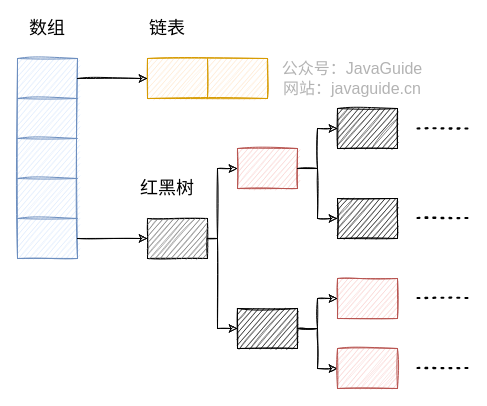
This is docs/java/collection/images/jdk1.8_hashmap.drawio from Snailclimb/JavaGuide, a draw.io file, before an edit. Source tidied: cells renumbered, new cells numbered last; positions are measured from the earlier drawing's top-left corner, leaving out a move shared by most shapes. Both pictures are drawn from the tidied source at 100%, with x=0, y=0 at pixel (17, 18).
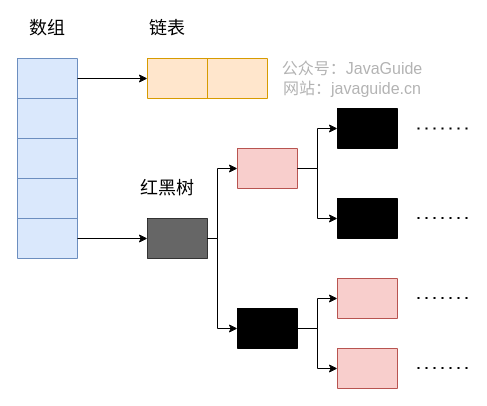
After the change.

Change to the diagram source:
```diff
@@
-    <mxCell id="2" style="shape=table;html=1;whiteSpace=wrap;startSize=0;childLayout=tableLayout;sketch=1;fillColor=#dae8fc;strokeColor=#6c8ebf;rounded=1;" parent="1" vertex="1">
+    <mxCell id="2" style="shape=table;html=1;whiteSpace=wrap;startSize=0;childLayout=tableLayout;sketch=0;fillColor=#dae8fc;strokeColor=#6c8ebf;rounded=1;" parent="1" vertex="1">
       <mxGeometry y="40" width="60" height="200" as="geometry" />
     </mxCell>
-    <mxCell id="3" style="shape=partialRectangle;html=1;whiteSpace=wrap;fillColor=none;top=0;left=0;bottom=0;right=0;points=[[0,0.5],[1,0.5]];portConstraint=eastwest;sketch=1;" parent="2" vertex="1">
+    <mxCell id="3" style="shape=partialRectangle;html=1;whiteSpace=wrap;fillColor=none;top=0;left=0;bottom=0;right=0;points=[[0,0.5],[1,0.5]];portConstraint=eastwest;sketch=0;" parent="2" vertex="1">
       <mxGeometry width="60" height="40" as="geometry" />
     </mxCell>
-    <mxCell id="4" style="shape=partialRectangle;html=1;whiteSpace=wrap;overflow=hidden;fillColor=none;top=0;left=0;bottom=0;right=0;sketch=1;" parent="3" vertex="1">
+    <mxCell id="4" style="shape=partialRectangle;html=1;whiteSpace=wrap;overflow=hidden;fillColor=none;top=0;left=0;bottom=0;right=0;sketch=0;" parent="3" vertex="1">
       <mxGeometry width="60" height="40" as="geometry" />
     </mxCell>
-    <mxCell id="5" style="shape=partialRectangle;html=1;whiteSpace=wrap;fillColor=none;top=0;left=0;bottom=0;right=0;sketch=1;" parent="2" vertex="1">
+    <mxCell id="5" style="shape=partialRectangle;html=1;whiteSpace=wrap;fillColor=none;top=0;left=0;bottom=0;right=0;sketch=0;" parent="2" vertex="1">
       <mxGeometry y="40" width="60" height="40" as="geometry" />
     </mxCell>
-    <mxCell id="6" style="shape=partialRectangle;html=1;whiteSpace=wrap;overflow=hidden;fillColor=none;top=0;left=0;bottom=0;right=0;sketch=1;" parent="5" vertex="1">
+    <mxCell id="6" style="shape=partialRectangle;html=1;whiteSpace=wrap;overflow=hidden;fillColor=none;top=0;left=0;bottom=0;right=0;sketch=0;" parent="5" vertex="1">
       <mxGeometry width="60" height="40" as="geometry" />
     </mxCell>
-    <mxCell id="7" style="shape=partialRectangle;html=1;whiteSpace=wrap;fillColor=none;top=0;left=0;bottom=0;right=0;sketch=1;" parent="2" vertex="1">
+    <mxCell id="7" style="shape=partialRectangle;html=1;whiteSpace=wrap;fillColor=none;top=0;left=0;bottom=0;right=0;sketch=0;" parent="2" vertex="1">
       <mxGeometry y="80" width="60" height="40" as="geometry" />
     </mxCell>
-    <mxCell id="8" style="shape=partialRectangle;html=1;whiteSpace=wrap;overflow=hidden;fillColor=none;top=0;left=0;bottom=0;right=0;sketch=1;" parent="7" vertex="1">
+    <mxCell id="8" style="shape=partialRectangle;html=1;whiteSpace=wrap;overflow=hidden;fillColor=none;top=0;left=0;bottom=0;right=0;sketch=0;" parent="7" vertex="1">
       <mxGeometry width="60" height="40" as="geometry" />
     </mxCell>
-    <mxCell id="9" style="shape=partialRectangle;html=1;whiteSpace=wrap;fillColor=none;top=0;left=0;bottom=0;right=0;sketch=1;" parent="2" vertex="1">
+    <mxCell id="9" style="shape=partialRectangle;html=1;whiteSpace=wrap;fillColor=none;top=0;left=0;bottom=0;right=0;sketch=0;" parent="2" vertex="1">
       <mxGeometry y="120" width="60" height="40" as="geometry" />
     </mxCell>
-    <mxCell id="10" style="shape=partialRectangle;html=1;whiteSpace=wrap;overflow=hidden;fillColor=none;top=0;left=0;bottom=0;right=0;sketch=1;" parent="9" vertex="1">
+    <mxCell id="10" style="shape=partialRectangle;html=1;whiteSpace=wrap;overflow=hidden;fillColor=none;top=0;left=0;bottom=0;right=0;sketch=0;" parent="9" vertex="1">
       <mxGeometry width="60" height="40" as="geometry" />
     </mxCell>
-    <mxCell id="11" style="shape=partialRectangle;html=1;whiteSpace=wrap;fillColor=none;top=0;left=0;bottom=0;right=0;points=[[0,0.5],[1,0.5]];portConstraint=eastwest;sketch=1;" parent="2" vertex="1">
+    <mxCell id="11" style="shape=partialRectangle;html=1;whiteSpace=wrap;fillColor=none;top=0;left=0;bottom=0;right=0;points=[[0,0.5],[1,0.5]];portConstraint=eastwest;sketch=0;" parent="2" vertex="1">
       <mxGeometry y="160" width="60" height="40" as="geometry" />
     </mxCell>
-    <mxCell id="12" style="shape=partialRectangle;html=1;whiteSpace=wrap;overflow=hidden;fillColor=none;top=0;left=0;bottom=0;right=0;sketch=1;" parent="11" vertex="1">
+    <mxCell id="12" style="shape=partialRectangle;html=1;whiteSpace=wrap;overflow=hidden;fillColor=none;top=0;left=0;bottom=0;right=0;sketch=0;" parent="11" vertex="1">
       <mxGeometry width="60" height="40" as="geometry" />
     </mxCell>
-    <mxCell id="13" value="&lt;font style=&quot;font-size: 18px&quot;&gt;数组&lt;/font&gt;" style="text;html=1;strokeColor=none;fillColor=none;align=center;verticalAlign=middle;whiteSpace=wrap;rounded=0;sketch=1;" parent="1" vertex="1">
+    <mxCell id="13" value="&lt;font style=&quot;font-size: 18px&quot;&gt;数组&lt;/font&gt;" style="text;html=1;strokeColor=none;fillColor=none;align=center;verticalAlign=middle;whiteSpace=wrap;rounded=0;sketch=0;" parent="1" vertex="1">
       <mxGeometry x="10" width="40" height="20" as="geometry" />
     </mxCell>
-    <mxCell id="14" style="shape=table;html=1;whiteSpace=wrap;startSize=0;childLayout=tableLayout;rounded=1;strokeColor=#d79b00;fillColor=#ffe6cc;sketch=1;" parent="1" vertex="1">
+    <mxCell id="14" style="shape=table;html=1;whiteSpace=wrap;startSize=0;childLayout=tableLayout;rounded=1;strokeColor=#d79b00;fillColor=#ffe6cc;sketch=0;" parent="1" vertex="1">
       <mxGeometry x="130" y="40" width="120" height="40" as="geometry" />
     </mxCell>
-    <mxCell id="15" style="shape=partialRectangle;html=1;whiteSpace=wrap;fillColor=none;top=0;left=0;bottom=0;right=0;points=[[0,0.5],[1,0.5]];portConstraint=eastwest;sketch=1;" parent="14" vertex="1">
+    <mxCell id="15" style="shape=partialRectangle;html=1;whiteSpace=wrap;fillColor=none;top=0;left=0;bottom=0;right=0;points=[[0,0.5],[1,0.5]];portConstraint=eastwest;sketch=0;" parent="14" vertex="1">
       <mxGeometry width="120" height="40" as="geometry" />
     </mxCell>
-    <mxCell id="16" style="shape=partialRectangle;html=1;whiteSpace=wrap;overflow=hidden;fillColor=none;top=0;left=0;bottom=0;right=0;sketch=1;" parent="15" vertex="1">
+    <mxCell id="16" style="shape=partialRectangle;html=1;whiteSpace=wrap;overflow=hidden;fillColor=none;top=0;left=0;bottom=0;right=0;sketch=0;" parent="15" vertex="1">
       <mxGeometry width="60" height="40" as="geometry" />
     </mxCell>
-    <mxCell id="17" style="shape=partialRectangle;html=1;whiteSpace=wrap;overflow=hidden;fillColor=none;top=0;left=0;bottom=0;right=0;sketch=1;" parent="15" vertex="1">
+    <mxCell id="17" style="shape=partialRectangle;html=1;whiteSpace=wrap;overflow=hidden;fillColor=none;top=0;left=0;bottom=0;right=0;sketch=0;" parent="15" vertex="1">
       <mxGeometry x="60" width="60" height="40" as="geometry" />
     </mxCell>
-    <mxCell id="18" style="edgeStyle=orthogonalEdgeStyle;rounded=0;jettySize=auto;html=1;entryX=0;entryY=0.5;entryDx=0;entryDy=0;sketch=1;" parent="1" edge="1" source="3" target="15">
+    <mxCell id="18" style="edgeStyle=orthogonalEdgeStyle;rounded=0;jettySize=auto;html=1;entryX=0;entryY=0.5;entryDx=0;entryDy=0;sketch=0;" parent="1" edge="1" source="3" target="15">
       <mxGeometry relative="1" as="geometry" />
     </mxCell>
-    <mxCell id="19" style="shape=table;html=1;whiteSpace=wrap;startSize=0;childLayout=tableLayout;rounded=1;fillColor=#f5f5f5;sketch=1;fontColor=#333333;" parent="1" vertex="1">
+    <mxCell id="19" style="shape=table;html=1;whiteSpace=wrap;startSize=0;childLayout=tableLayout;rounded=1;fillColor=#f5f5f5;sketch=0;fontColor=#333333;" parent="1" vertex="1">
       <mxGeometry x="130" y="200" width="60" height="40" as="geometry" />
     </mxCell>
-    <mxCell id="20" style="shape=partialRectangle;html=1;whiteSpace=wrap;fillColor=none;top=0;left=0;bottom=0;right=0;points=[[0,0.5],[1,0.5]];portConstraint=eastwest;sketch=1;" parent="19" vertex="1">
+    <mxCell id="20" style="shape=partialRectangle;html=1;whiteSpace=wrap;fillColor=none;top=0;left=0;bottom=0;right=0;points=[[0,0.5],[1,0.5]];portConstraint=eastwest;sketch=0;" parent="19" vertex="1">
       <mxGeometry width="60" height="40" as="geometry" />
     </mxCell>
-    <mxCell id="21" style="shape=partialRectangle;html=1;whiteSpace=wrap;overflow=hidden;top=0;left=0;bottom=0;right=0;sketch=1;fillColor=#666666;" parent="20" vertex="1">
+    <mxCell id="21" style="shape=partialRectangle;html=1;whiteSpace=wrap;overflow=hidden;top=0;left=0;bottom=0;right=0;sketch=0;fillColor=#666666;" parent="20" vertex="1">
       <mxGeometry width="60" height="40" as="geometry" />
     </mxCell>
-    <mxCell id="22" style="edgeStyle=orthogonalEdgeStyle;rounded=0;jettySize=auto;html=1;sketch=1;" parent="1" edge="1" source="11" target="19">
+    <mxCell id="22" style="edgeStyle=orthogonalEdgeStyle;rounded=0;jettySize=auto;html=1;sketch=0;" parent="1" edge="1" source="11" target="19">
       <mxGeometry relative="1" as="geometry" />
     </mxCell>
-    <mxCell id="23" value="&lt;font style=&quot;font-size: 18px&quot;&gt;链表&lt;/font&gt;" style="text;html=1;strokeColor=none;fillColor=none;align=center;verticalAlign=middle;whiteSpace=wrap;rounded=0;sketch=1;" parent="1" vertex="1">
+    <mxCell id="23" value="&lt;font style=&quot;font-size: 18px&quot;&gt;链表&lt;/font&gt;" style="text;html=1;strokeColor=none;fillColor=none;align=center;verticalAlign=middle;whiteSpace=wrap;rounded=0;sketch=0;" parent="1" vertex="1">
       <mxGeometry x="130" width="40" height="20" as="geometry" />
     </mxCell>
-    <mxCell id="24" value="公众号：JavaGuide&lt;br style=&quot;font-size: 16px;&quot;&gt;网站：javaguide.cn" style="text;html=1;strokeColor=none;fillColor=none;align=center;verticalAlign=middle;whiteSpace=wrap;rounded=0;labelBackgroundColor=none;fontSize=16;fontColor=#B3B3B3;rotation=0;sketch=1;shadow=0;" parent="1" vertex="1">
+    <mxCell id="24" value="公众号：JavaGuide&lt;br style=&quot;font-size: 16px;&quot;&gt;网站：javaguide.cn" style="text;html=1;strokeColor=none;fillColor=none;align=center;verticalAlign=middle;whiteSpace=wrap;rounded=0;labelBackgroundColor=none;fontSize=16;fontColor=#B3B3B3;rotation=0;sketch=0;shadow=0;" parent="1" vertex="1">
       <mxGeometry x="250" y="55" width="170" height="10" as="geometry" />
     </mxCell>
-    <mxCell id="25" style="shape=table;html=1;whiteSpace=wrap;startSize=0;childLayout=tableLayout;rounded=1;sketch=1;fillColor=#000000;" parent="1" vertex="1">
+    <mxCell id="25" style="shape=table;html=1;whiteSpace=wrap;startSize=0;childLayout=tableLayout;rounded=1;sketch=0;fillColor=#000000;" parent="1" vertex="1">
       <mxGeometry x="320" y="180" width="60" height="40" as="geometry" />
     </mxCell>
-    <mxCell id="26" style="shape=partialRectangle;html=1;whiteSpace=wrap;fillColor=none;top=0;left=0;bottom=0;right=0;points=[[0,0.5],[1,0.5]];portConstraint=eastwest;sketch=1;" parent="25" vertex="1">
+    <mxCell id="26" style="shape=partialRectangle;html=1;whiteSpace=wrap;fillColor=none;top=0;left=0;bottom=0;right=0;points=[[0,0.5],[1,0.5]];portConstraint=eastwest;sketch=0;" parent="25" vertex="1">
       <mxGeometry width="60" height="40" as="geometry" />
     </mxCell>
-    <mxCell id="27" style="shape=partialRectangle;html=1;whiteSpace=wrap;overflow=hidden;fillColor=none;top=0;left=0;bottom=0;right=0;sketch=1;" parent="26" vertex="1">
+    <mxCell id="27" style="shape=partialRectangle;html=1;whiteSpace=wrap;overflow=hidden;fillColor=none;top=0;left=0;bottom=0;right=0;sketch=0;" parent="26" vertex="1">
       <mxGeometry width="60" height="40" as="geometry" />
     </mxCell>
-    <mxCell id="28" style="shape=table;html=1;whiteSpace=wrap;startSize=0;childLayout=tableLayout;rounded=1;strokeColor=#b85450;fillColor=#f8cecc;sketch=1;" parent="1" vertex="1">
+    <mxCell id="28" style="shape=table;html=1;whiteSpace=wrap;startSize=0;childLayout=tableLayout;rounded=1;strokeColor=#b85450;fillColor=#f8cecc;sketch=0;" parent="1" vertex="1">
       <mxGeometry x="320" y="260" width="60" height="40" as="geometry" />
     </mxCell>
-    <mxCell id="29" style="shape=partialRectangle;html=1;whiteSpace=wrap;fillColor=none;top=0;left=0;bottom=0;right=0;points=[[0,0.5],[1,0.5]];portConstraint=eastwest;sketch=1;" parent="28" vertex="1">
+    <mxCell id="29" style="shape=partialRectangle;html=1;whiteSpace=wrap;fillColor=none;top=0;left=0;bottom=0;right=0;points=[[0,0.5],[1,0.5]];portConstraint=eastwest;sketch=0;" parent="28" vertex="1">
       <mxGeometry width="60" height="40" as="geometry" />
     </mxCell>
-    <mxCell id="30" style="shape=partialRectangle;html=1;whiteSpace=wrap;overflow=hidden;fillColor=none;top=0;left=0;bottom=0;right=0;sketch=1;" parent="29" vertex="1">
+    <mxCell id="30" style="shape=partialRectangle;html=1;whiteSpace=wrap;overflow=hidden;fillColor=none;top=0;left=0;bottom=0;right=0;sketch=0;" parent="29" vertex="1">
       <mxGeometry width="60" height="40" as="geometry" />
     </mxCell>
-    <mxCell id="31" style="shape=table;html=1;whiteSpace=wrap;startSize=0;childLayout=tableLayout;rounded=1;sketch=1;fillColor=#000000;" parent="1" vertex="1">
+    <mxCell id="31" style="shape=table;html=1;whiteSpace=wrap;startSize=0;childLayout=tableLayout;rounded=1;sketch=0;fillColor=#000000;" parent="1" vertex="1">
       <mxGeometry x="220" y="290" width="60" height="40" as="geometry" />
     </mxCell>
-    <mxCell id="32" style="shape=partialRectangle;html=1;whiteSpace=wrap;fillColor=none;top=0;left=0;bottom=0;right=0;points=[[0,0.5],[1,0.5]];portConstraint=eastwest;sketch=1;" parent="31" vertex="1">
+    <mxCell id="32" style="shape=partialRectangle;html=1;whiteSpace=wrap;fillColor=none;top=0;left=0;bottom=0;right=0;points=[[0,0.5],[1,0.5]];portConstraint=eastwest;sketch=0;" parent="31" vertex="1">
       <mxGeometry width="60" height="40" as="geometry" />
     </mxCell>
-    <mxCell id="33" style="shape=partialRectangle;html=1;whiteSpace=wrap;overflow=hidden;fillColor=none;top=0;left=0;bottom=0;right=0;sketch=1;" parent="32" vertex="1">
+    <mxCell id="33" style="shape=partialRectangle;html=1;whiteSpace=wrap;overflow=hidden;fillColor=none;top=0;left=0;bottom=0;right=0;sketch=0;" parent="32" vertex="1">
       <mxGeometry width="60" height="40" as="geometry" />
     </mxCell>
-    <mxCell id="34" style="shape=table;html=1;whiteSpace=wrap;startSize=0;childLayout=tableLayout;rounded=1;strokeColor=#000000;sketch=1;fontColor=#333333;fillColor=#000000;" parent="1" vertex="1">
+    <mxCell id="34" style="shape=table;html=1;whiteSpace=wrap;startSize=0;childLayout=tableLayout;rounded=1;strokeColor=#000000;sketch=0;fontColor=#333333;fillColor=#000000;" parent="1" vertex="1">
       <mxGeometry x="320" y="90" width="60" height="40" as="geometry" />
     </mxCell>
-    <mxCell id="35" style="shape=partialRectangle;html=1;whiteSpace=wrap;fillColor=none;top=0;left=0;bottom=0;right=0;points=[[0,0.5],[1,0.5]];portConstraint=eastwest;sketch=1;" parent="34" vertex="1">
+    <mxCell id="35" style="shape=partialRectangle;html=1;whiteSpace=wrap;fillColor=none;top=0;left=0;bottom=0;right=0;points=[[0,0.5],[1,0.5]];portConstraint=eastwest;sketch=0;" parent="34" vertex="1">
       <mxGeometry width="60" height="40" as="geometry" />
     </mxCell>
-    <mxCell id="36" style="shape=partialRectangle;html=1;whiteSpace=wrap;overflow=hidden;fillColor=none;top=0;left=0;bottom=0;right=0;sketch=1;" parent="35" vertex="1">
+    <mxCell id="36" style="shape=partialRectangle;html=1;whiteSpace=wrap;overflow=hidden;fillColor=none;top=0;left=0;bottom=0;right=0;sketch=0;" parent="35" vertex="1">
       <mxGeometry width="60" height="40" as="geometry" />
     </mxCell>
-    <mxCell id="37" style="endArrow=none;dashed=1;html=1;dashPattern=1 3;strokeWidth=2;sketch=1;" parent="1" edge="1">
+    <mxCell id="37" style="endArrow=none;dashed=1;html=1;dashPattern=1 3;strokeWidth=2;sketch=0;" parent="1" edge="1">
       <mxGeometry relative="1" as="geometry">
         <mxPoint x="400" y="110" as="sourcePoint" />
         <mxPoint x="450" y="110" as="targetPoint" />
       </mxGeometry>
     </mxCell>
-    <mxCell id="38" style="endArrow=none;dashed=1;html=1;dashPattern=1 3;strokeWidth=2;sketch=1;" parent="1" edge="1">
+    <mxCell id="38" style="endArrow=none;dashed=1;html=1;dashPattern=1 3;strokeWidth=2;sketch=0;" parent="1" edge="1">
       <mxGeometry relative="1" as="geometry">
         <mxPoint x="400" y="199.5" as="sourcePoint" />
         <mxPoint x="450" y="199.5" as="targetPoint" />
       </mxGeometry>
     </mxCell>
-    <mxCell id="39" style="endArrow=none;dashed=1;html=1;dashPattern=1 3;strokeWidth=2;sketch=1;" parent="1" edge="1">
+    <mxCell id="39" style="endArrow=none;dashed=1;html=1;dashPattern=1 3;strokeWidth=2;sketch=0;" parent="1" edge="1">
       <mxGeometry relative="1" as="geometry">
         <mxPoint x="400" y="279.5" as="sourcePoint" />
         <mxPoint x="450" y="279.5" as="targetPoint" />
       </mxGeometry>
     </mxCell>
-    <mxCell id="40" style="endArrow=none;dashed=1;html=1;dashPattern=1 3;strokeWidth=2;sketch=1;" parent="1" edge="1">
+    <mxCell id="40" style="endArrow=none;dashed=1;html=1;dashPattern=1 3;strokeWidth=2;sketch=0;" parent="1" edge="1">
       <mxGeometry relative="1" as="geometry">
         <mxPoint x="400" y="349.5" as="sourcePoint" />
         <mxPoint x="450" y="349.5" as="targetPoint" />
       </mxGeometry>
     </mxCell>
-    <mxCell id="41" style="edgeStyle=orthogonalEdgeStyle;rounded=0;jettySize=auto;html=1;entryX=0;entryY=0.5;entryDx=0;entryDy=0;sketch=1;" parent="1" edge="1" source="20" target="44">
+    <mxCell id="41" style="edgeStyle=orthogonalEdgeStyle;rounded=0;jettySize=auto;html=1;entryX=0;entryY=0.5;entryDx=0;entryDy=0;sketch=0;" parent="1" edge="1" source="20" target="44">
       <mxGeometry relative="1" as="geometry">
         <Array as="points">
           <mxPoint x="200" y="220" />
           <mxPoint x="200" y="150" />
         </Array>
       </mxGeometry>
     </mxCell>
-    <mxCell id="42" style="edgeStyle=orthogonalEdgeStyle;rounded=0;jettySize=auto;html=1;entryX=0;entryY=0.5;entryDx=0;entryDy=0;sketch=1;" parent="1" edge="1" source="20" target="31">
+    <mxCell id="42" style="edgeStyle=orthogonalEdgeStyle;rounded=0;jettySize=auto;html=1;entryX=0;entryY=0.5;entryDx=0;entryDy=0;sketch=0;" parent="1" edge="1" source="20" target="31">
       <mxGeometry relative="1" as="geometry">
         <Array as="points">
           <mxPoint x="200" y="220" />
           <mxPoint x="200" y="310" />
         </Array>
       </mxGeometry>
     </mxCell>
-    <mxCell id="43" style="shape=table;html=1;whiteSpace=wrap;startSize=0;childLayout=tableLayout;rounded=1;strokeColor=#b85450;fillColor=#f8cecc;sketch=1;" parent="1" vertex="1">
+    <mxCell id="43" style="shape=table;html=1;whiteSpace=wrap;startSize=0;childLayout=tableLayout;rounded=1;strokeColor=#b85450;fillColor=#f8cecc;sketch=0;" parent="1" vertex="1">
       <mxGeometry x="220" y="130" width="60" height="40" as="geometry" />
     </mxCell>
-    <mxCell id="44" style="shape=partialRectangle;html=1;whiteSpace=wrap;fillColor=none;top=0;left=0;bottom=0;right=0;points=[[0,0.5],[1,0.5]];portConstraint=eastwest;sketch=1;" parent="43" vertex="1">
+    <mxCell id="44" style="shape=partialRectangle;html=1;whiteSpace=wrap;fillColor=none;top=0;left=0;bottom=0;right=0;points=[[0,0.5],[1,0.5]];portConstraint=eastwest;sketch=0;" parent="43" vertex="1">
       <mxGeometry width="60" height="40" as="geometry" />
     </mxCell>
-    <mxCell id="45" style="shape=partialRectangle;html=1;whiteSpace=wrap;overflow=hidden;fillColor=none;top=0;left=0;bottom=0;right=0;sketch=1;" parent="44" vertex="1">
+    <mxCell id="45" style="shape=partialRectangle;html=1;whiteSpace=wrap;overflow=hidden;fillColor=none;top=0;left=0;bottom=0;right=0;sketch=0;" parent="44" vertex="1">
       <mxGeometry width="60" height="40" as="geometry" />
     </mxCell>
-    <mxCell id="46" style="edgeStyle=orthogonalEdgeStyle;rounded=0;jettySize=auto;html=1;entryX=0;entryY=0.5;entryDx=0;entryDy=0;sketch=1;" parent="1" edge="1" source="44" target="35">
+    <mxCell id="46" style="edgeStyle=orthogonalEdgeStyle;rounded=0;jettySize=auto;html=1;entryX=0;entryY=0.5;entryDx=0;entryDy=0;sketch=0;" parent="1" edge="1" source="44" target="35">
       <mxGeometry relative="1" as="geometry" />
     </mxCell>
-    <mxCell id="47" style="edgeStyle=orthogonalEdgeStyle;rounded=0;jettySize=auto;html=1;sketch=1;" parent="1" edge="1" source="44" target="26">
+    <mxCell id="47" style="edgeStyle=orthogonalEdgeStyle;rounded=0;jettySize=auto;html=1;sketch=0;" parent="1" edge="1" source="44" target="26">
       <mxGeometry relative="1" as="geometry" />
     </mxCell>
-    <mxCell id="48" style="edgeStyle=orthogonalEdgeStyle;rounded=0;jettySize=auto;html=1;entryX=0;entryY=0.5;entryDx=0;entryDy=0;sketch=1;" parent="1" edge="1" source="32" target="29">
+    <mxCell id="48" style="edgeStyle=orthogonalEdgeStyle;rounded=0;jettySize=auto;html=1;entryX=0;entryY=0.5;entryDx=0;entryDy=0;sketch=0;" parent="1" edge="1" source="32" target="29">
       <mxGeometry relative="1" as="geometry">
         <Array as="points">
           <mxPoint x="300" y="310" />
           <mxPoint x="300" y="280" />
         </Array>
       </mxGeometry>
     </mxCell>
-    <mxCell id="49" style="edgeStyle=orthogonalEdgeStyle;rounded=0;jettySize=auto;html=1;sketch=1;" parent="1" edge="1" source="32" target="51">
+    <mxCell id="49" style="edgeStyle=orthogonalEdgeStyle;rounded=0;jettySize=auto;html=1;sketch=0;" parent="1" edge="1" source="32" target="51">
       <mxGeometry relative="1" as="geometry" />
     </mxCell>
-    <mxCell id="50" style="shape=table;html=1;whiteSpace=wrap;startSize=0;childLayout=tableLayout;rounded=1;strokeColor=#b85450;fillColor=#f8cecc;sketch=1;" parent="1" vertex="1">
+    <mxCell id="50" style="shape=table;html=1;whiteSpace=wrap;startSize=0;childLayout=tableLayout;rounded=1;strokeColor=#b85450;fillColor=#f8cecc;sketch=0;" parent="1" vertex="1">
       <mxGeometry x="320" y="330" width="60" height="40" as="geometry" />
     </mxCell>
-    <mxCell id="51" style="shape=partialRectangle;html=1;whiteSpace=wrap;fillColor=none;top=0;left=0;bottom=0;right=0;points=[[0,0.5],[1,0.5]];portConstraint=eastwest;sketch=1;" parent="50" vertex="1">
+    <mxCell id="51" style="shape=partialRectangle;html=1;whiteSpace=wrap;fillColor=none;top=0;left=0;bottom=0;right=0;points=[[0,0.5],[1,0.5]];portConstraint=eastwest;sketch=0;" parent="50" vertex="1">
       <mxGeometry width="60" height="40" as="geometry" />
     </mxCell>
-    <mxCell id="52" style="shape=partialRectangle;html=1;whiteSpace=wrap;overflow=hidden;fillColor=none;top=0;left=0;bottom=0;right=0;sketch=1;" parent="51" vertex="1">
+    <mxCell id="52" style="shape=partialRectangle;html=1;whiteSpace=wrap;overflow=hidden;fillColor=none;top=0;left=0;bottom=0;right=0;sketch=0;" parent="51" vertex="1">
       <mxGeometry width="60" height="40" as="geometry" />
     </mxCell>
-    <mxCell id="53" value="&lt;span style=&quot;font-size: 18px&quot;&gt;红黑树&lt;/span&gt;" style="text;html=1;strokeColor=none;fillColor=none;align=center;verticalAlign=middle;whiteSpace=wrap;rounded=0;sketch=1;" parent="1" vertex="1">
+    <mxCell id="53" value="&lt;span style=&quot;font-size: 18px&quot;&gt;红黑树&lt;/span&gt;" style="text;html=1;strokeColor=none;fillColor=none;align=center;verticalAlign=middle;whiteSpace=wrap;rounded=0;sketch=0;" parent="1" vertex="1">
       <mxGeometry x="120" y="160" width="60" height="20" as="geometry" />
     </mxCell>
```
